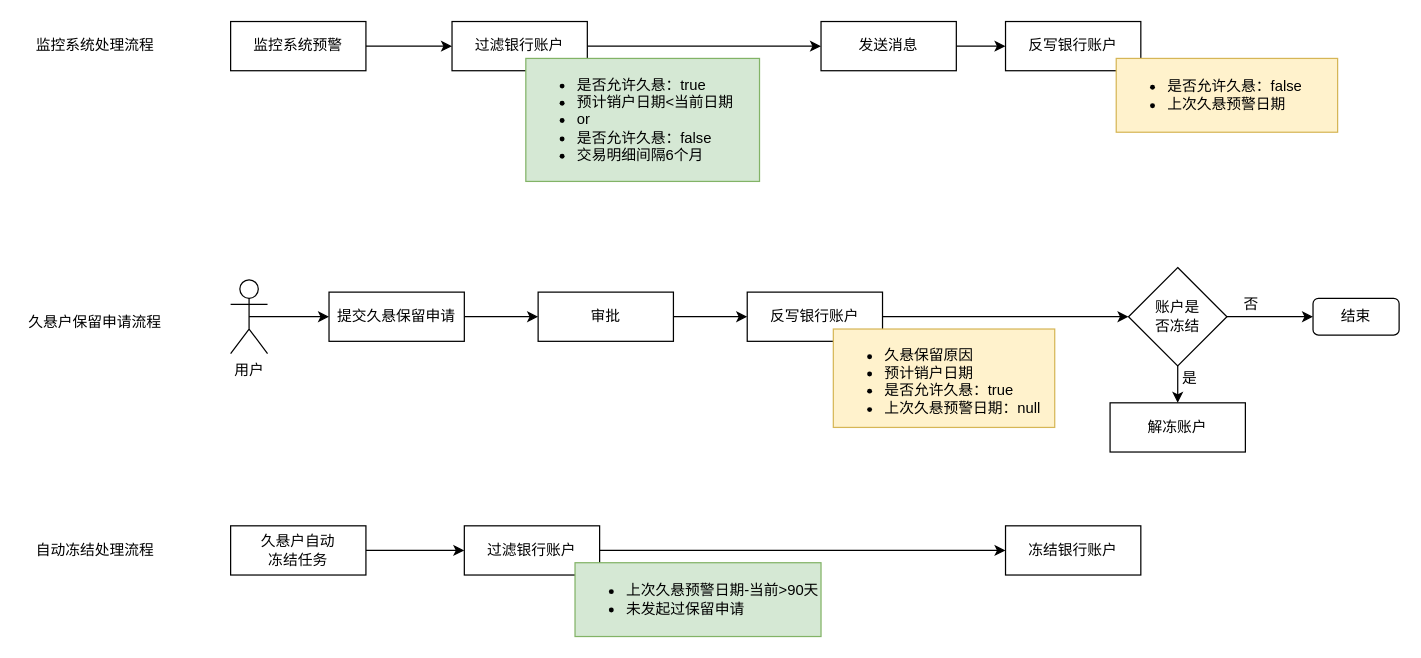
Above: dormant-global.drawio in Alphathur/diagram (draw.io), before the change. Source tidied: cells renumbered, new cells numbered last; positions are measured from the earlier drawing's top-left corner, leaving out a move shared by most shapes. Both pictures are drawn from the tidied source at 123%, with x=0, y=0 at pixel (21, 21).
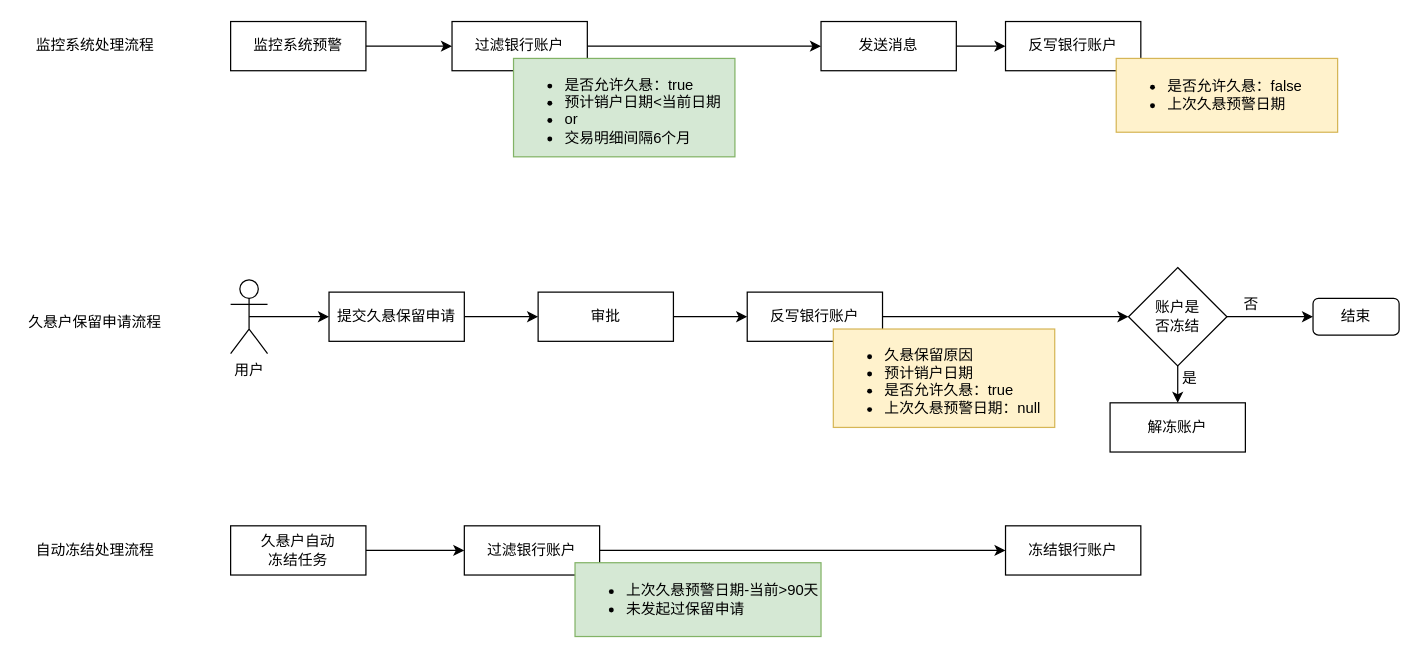
The same page after the edit.

The edit, as a diff of the source:
```diff
@@
-    <mxCell id="17" value="&lt;ul&gt;&lt;li&gt;&lt;span style=&quot;background-color: initial;&quot;&gt;是否允许久悬：true&lt;/span&gt;&lt;br&gt;&lt;/li&gt;&lt;li&gt;预计销户日期&amp;lt;当前日期&lt;br&gt;&lt;/li&gt;&lt;li&gt;or&lt;/li&gt;&lt;li&gt;是否允许久悬：false&lt;/li&gt;&lt;li&gt;交易明细间隔6个月&lt;/li&gt;&lt;/ul&gt;" style="text;html=1;whiteSpace=wrap;verticalAlign=middle;overflow=hidden;rounded=0;imageAspect=1;absoluteArcSize=0;noLabel=0;fillColor=#d5e8d4;strokeColor=#82b366;" parent="1" vertex="1">
-      <mxGeometry x="410" y="30" width="190" height="100" as="geometry" />
+    <mxCell id="17" value="&lt;ul&gt;&lt;li&gt;&lt;span style=&quot;background-color: initial;&quot;&gt;是否允许久悬：true&lt;/span&gt;&lt;br&gt;&lt;/li&gt;&lt;li&gt;预计销户日期&amp;lt;当前日期&lt;br&gt;&lt;/li&gt;&lt;li&gt;or&lt;/li&gt;&lt;li&gt;交易明细间隔6个月&lt;/li&gt;&lt;/ul&gt;" style="text;html=1;whiteSpace=wrap;verticalAlign=middle;overflow=hidden;rounded=0;imageAspect=1;absoluteArcSize=0;noLabel=0;fillColor=#d5e8d4;strokeColor=#82b366;" parent="1" vertex="1">
+      <mxGeometry x="400" y="30" width="180" height="80" as="geometry" />
     </mxCell>
```
